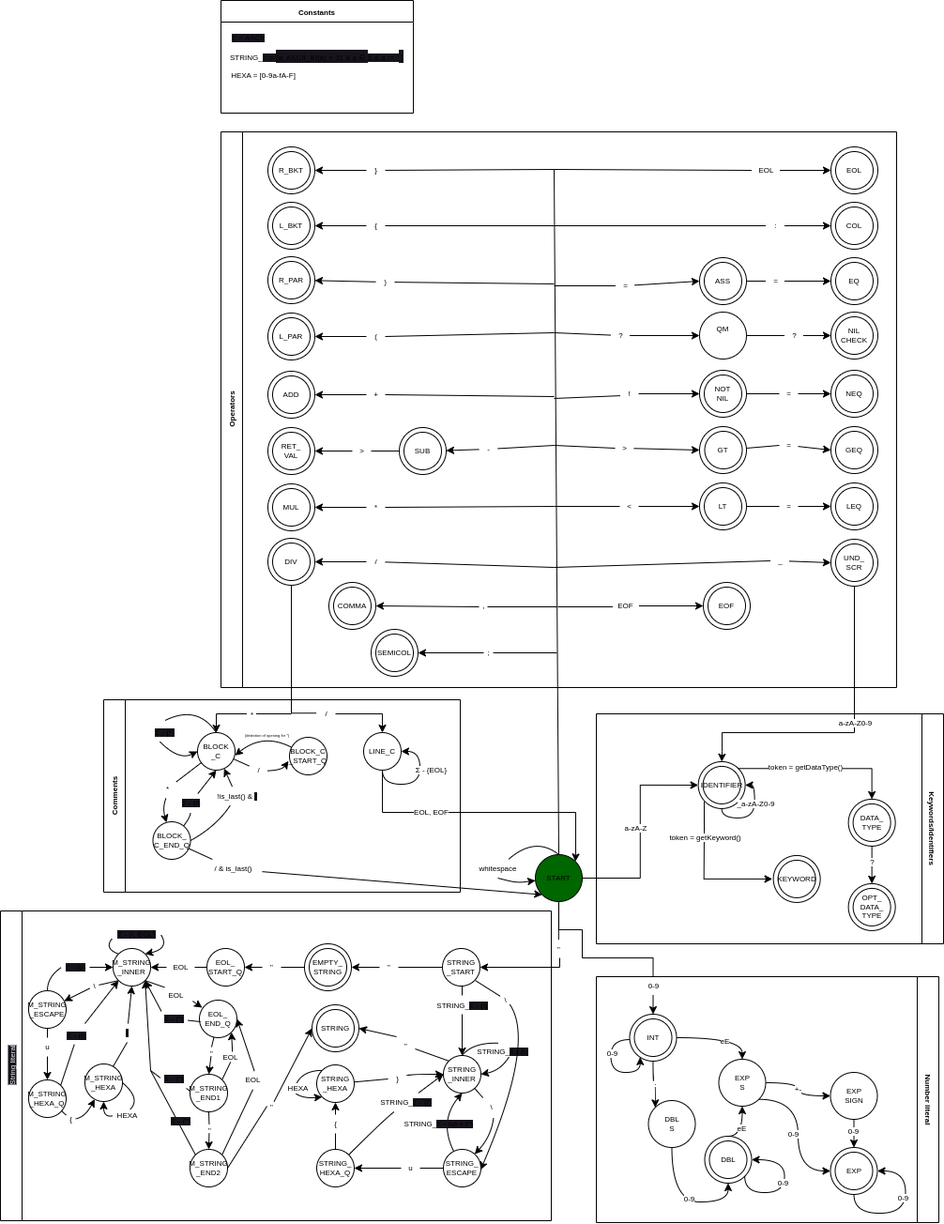
This is doc/fsm_draft.drawio.png from pomjak/IFJ23, a draw.io export, as it was before one commit. Source tidied: cells renumbered, new cells last; positions are measured from the earlier drawing's top-left corner, leaving out a move shared by most shapes.
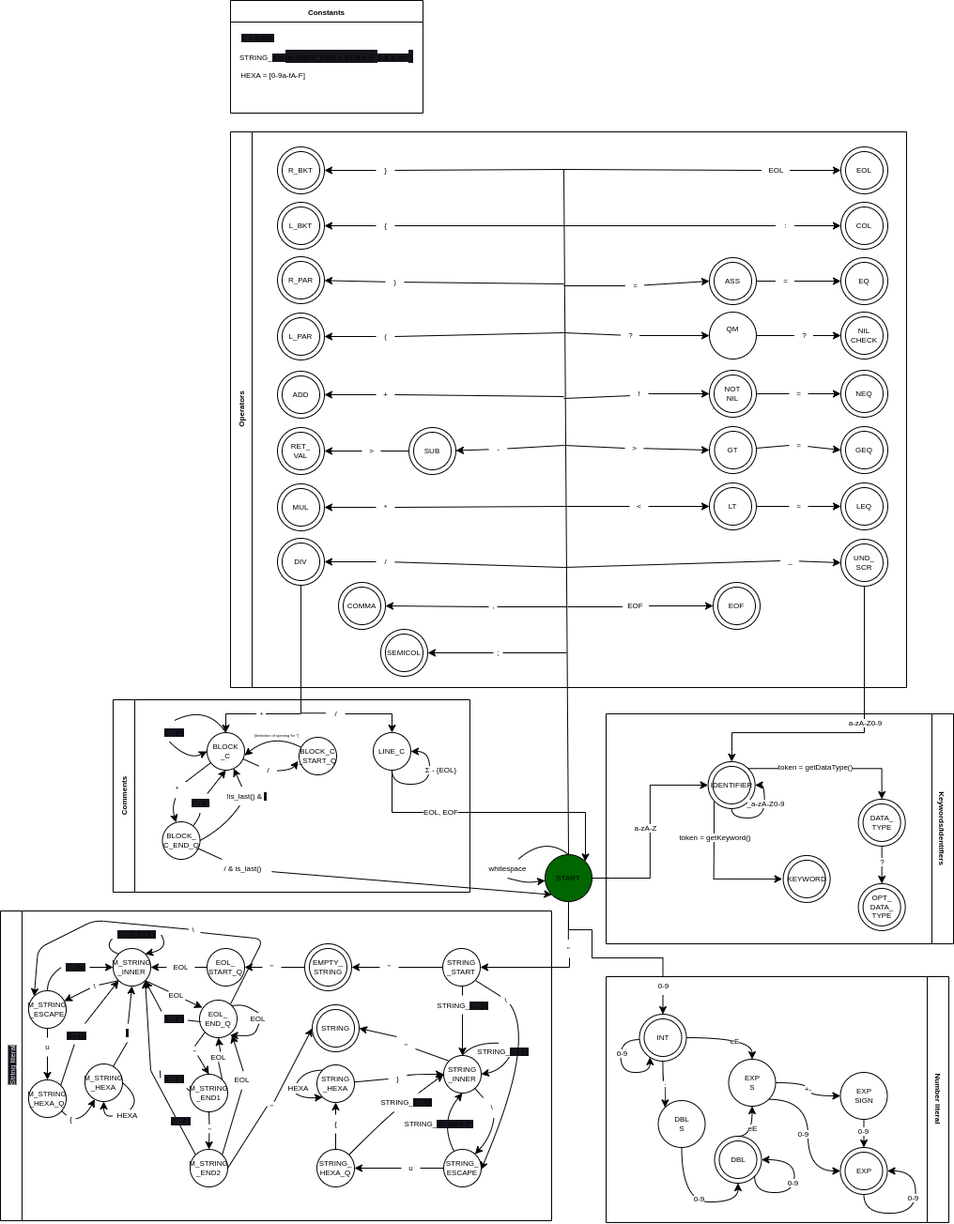
Later version of the same file.

Commit message:
update eol_end_q state

What changed in the source:
```diff
@@ -784,7 +784,7 @@
       <mxGeometry x="152.5" y="5" width="10" height="20" as="geometry" />
     </mxCell>
     <mxCell id="219" value="&lt;span style=&quot;color: rgb(240, 240, 240); font-family: Helvetica; font-size: 8px; font-style: normal; font-variant-ligatures: normal; font-variant-caps: normal; font-weight: 400; letter-spacing: normal; orphans: 2; text-align: left; text-indent: 0px; text-transform: none; widows: 2; word-spacing: 0px; -webkit-text-stroke-width: 0px; background-color: rgb(24, 20, 29); text-decoration-thickness: initial; text-decoration-style: initial; text-decoration-color: initial; float: none; display: inline !important;&quot;&gt;String literal&lt;/span&gt;" style="swimlane;horizontal=0;whiteSpace=wrap;html=1;" parent="1" vertex="1">
-      <mxGeometry y="970" width="587" height="330" as="geometry" />
+      <mxGeometry x="-10" y="970" width="587" height="330" as="geometry" />
     </mxCell>
     <mxCell id="220" style="group;fontSize=8;spacing=-1;" parent="219" vertex="1">
       <mxGeometry x="466" y="35" width="50" height="50" as="geometry" />
@@ -1026,11 +1026,11 @@
     <mxCell id="286" value="&lt;div style=&quot;text-align: left;&quot;&gt;&lt;span style=&quot;background-color: rgb(24, 20, 29);&quot;&gt;}&lt;/span&gt;&lt;/div&gt;" style="text;html=1;align=center;verticalAlign=middle;points=[];strokeColor=none;fillColor=none;fontSize=8;spacing=0;" parent="219" vertex="1">
       <mxGeometry x="125" y="120" width="20" height="20" as="geometry" />
     </mxCell>
-    <mxCell id="287" style="endArrow=classic;html=1;fontSize=8;curved=1;exitX=1.098;exitY=0.807;exitDx=0;exitDy=0;entryX=0.074;entryY=0.201;entryDx=0;entryDy=0;entryPerimeter=0;startArrow=none;exitPerimeter=0;" parent="219" edge="1" source="288" target="275">
+    <mxCell id="287" style="endArrow=classic;html=1;fontSize=8;curved=1;entryX=0.074;entryY=0.201;entryDx=0;entryDy=0;entryPerimeter=0;startArrow=none;" parent="219" edge="1" source="288" target="275">
       <mxGeometry relative="1" as="geometry" />
     </mxCell>
-    <mxCell id="288" value="EOL" style="text;html=1;align=center;verticalAlign=middle;points=[];strokeColor=none;fillColor=none;fontSize=8;spacing=0;spacingTop=0;spacingLeft=-3;spacingRight=-3;" parent="219" vertex="1">
-      <mxGeometry x="172" y="80" width="30" height="20" as="geometry" />
+    <mxCell id="288" value="EOL" style="text;html=1;align=center;verticalAlign=middle;points=[];strokeColor=none;fillColor=none;fontSize=8;spacing=0;spacingTop=-2;spacingLeft=-4;spacingRight=-4;spacingBottom=-2;" parent="219" vertex="1">
+      <mxGeometry x="177" y="85" width="20" height="10" as="geometry" />
     </mxCell>
     <mxCell id="289" style="endArrow=none;html=1;fontSize=8;curved=1;exitX=1;exitY=1;exitDx=0;exitDy=0;entryX=0.095;entryY=0.069;entryDx=0;entryDy=0;entryPerimeter=0;" parent="219" edge="1" source="261" target="288">
       <mxGeometry relative="1" as="geometry" />
@@ -1038,7 +1038,7 @@
     <mxCell id="290" style="edgeStyle=none;curved=1;html=1;fontSize=8;startArrow=none;" parent="219" edge="1" source="301" target="295">
       <mxGeometry relative="1" as="geometry" />
     </mxCell>
-    <mxCell id="291" style="edgeStyle=none;html=1;exitX=0.573;exitY=0;exitDx=0;exitDy=0;entryX=1;entryY=1;entryDx=0;entryDy=0;startArrow=none;exitPerimeter=0;" parent="219" edge="1" source="328" target="275">
+    <mxCell id="291" style="edgeStyle=none;html=1;exitX=0.573;exitY=0;exitDx=0;exitDy=0;entryX=0.5;entryY=1;entryDx=0;entryDy=0;startArrow=none;exitPerimeter=0;" parent="219" edge="1" source="328" target="275">
       <mxGeometry relative="1" as="geometry" />
     </mxCell>
     <mxCell id="292" value="M_STRING&lt;br&gt;_END1" style="ellipse;whiteSpace=wrap;html=1;fontSize=8;spacing=-1;" parent="219" vertex="1">
@@ -1047,7 +1047,7 @@
     <mxCell id="293" style="edgeStyle=none;rounded=0;html=1;fontSize=8;entryX=0;entryY=0.5;entryDx=0;entryDy=0;startArrow=none;" parent="219" edge="1" source="304" target="298">
       <mxGeometry relative="1" as="geometry" />
     </mxCell>
-    <mxCell id="294" style="edgeStyle=none;html=1;exitX=0.553;exitY=0.08;exitDx=0;exitDy=0;entryX=1;entryY=0.5;entryDx=0;entryDy=0;startArrow=none;exitPerimeter=0;" parent="219" edge="1" source="327" target="275">
+    <mxCell id="294" style="edgeStyle=none;html=1;exitX=0.553;exitY=0.08;exitDx=0;exitDy=0;startArrow=none;exitPerimeter=0;entryX=0.865;entryY=0.93;entryDx=0;entryDy=0;entryPerimeter=0;" parent="219" edge="1" source="327" target="275">
       <mxGeometry relative="1" as="geometry" />
     </mxCell>
     <mxCell id="295" value="M_STRING&lt;br&gt;_END2" style="ellipse;whiteSpace=wrap;html=1;fontSize=8;spacing=-1;" parent="219" vertex="1">
@@ -1063,9 +1063,9 @@
       <mxGeometry width="50" height="50" as="geometry" />
     </mxCell>
     <mxCell id="299" value="&quot;" style="text;html=1;align=center;verticalAlign=middle;points=[];strokeColor=none;fillColor=none;fontSize=8;spacing=0;spacingRight=-3;spacingLeft=-3;spacingBottom=-3;spacingTop=0;" parent="219" vertex="1">
-      <mxGeometry x="220" y="145" width="10" height="10" as="geometry" />
+      <mxGeometry x="202" y="144" width="10" height="10" as="geometry" />
     </mxCell>
-    <mxCell id="300" style="edgeStyle=none;curved=1;html=1;fontSize=8;entryX=0.5;entryY=0;entryDx=0;entryDy=0;endArrow=none;" parent="219" edge="1" source="275" target="299">
+    <mxCell id="300" style="edgeStyle=none;curved=1;html=1;fontSize=8;entryX=0.5;entryY=0;entryDx=0;entryDy=0;endArrow=none;exitX=0;exitY=1;exitDx=0;exitDy=0;" parent="219" edge="1" source="275" target="299">
       <mxGeometry relative="1" as="geometry" />
     </mxCell>
     <mxCell id="301" value="&quot;" style="text;html=1;align=center;verticalAlign=middle;points=[];strokeColor=none;fillColor=none;fontSize=8;spacing=0;spacingRight=-3;spacingLeft=-3;spacingBottom=-3;spacingTop=0;" parent="219" vertex="1">
@@ -1183,14 +1183,49 @@
       <mxGeometry relative="1" as="geometry" />
     </mxCell>
     <mxCell id="327" value="&lt;font style=&quot;font-size: 8px;&quot;&gt;EOL&lt;/font&gt;" style="text;html=1;align=center;verticalAlign=middle;points=[];strokeColor=none;fillColor=none;spacing=0;spacingLeft=-2;spacingRight=-2;spacingTop=-2;spacingBottom=-2;" parent="219" vertex="1">
-      <mxGeometry x="254" y="169" width="30" height="20" as="geometry" />
+      <mxGeometry x="242" y="169" width="30" height="20" as="geometry" />
     </mxCell>
     <mxCell id="328" value="&lt;font style=&quot;font-size: 8px;&quot;&gt;EOL&lt;/font&gt;" style="text;html=1;align=center;verticalAlign=middle;points=[];strokeColor=none;fillColor=none;spacing=0;spacingLeft=-2;spacingRight=-2;spacingTop=-4;spacingBottom=-4;" parent="219" vertex="1">
-      <mxGeometry x="230" y="150" width="30" height="10" as="geometry" />
+      <mxGeometry x="217" y="150" width="30" height="10" as="geometry" />
     </mxCell>
     <mxCell id="329" style="edgeStyle=none;html=1;exitX=1;exitY=0;exitDx=0;exitDy=0;endArrow=none;entryX=0.507;entryY=1.1;entryDx=0;entryDy=0;entryPerimeter=0;" parent="219" edge="1" source="292" target="328">
       <mxGeometry relative="1" as="geometry" />
     </mxCell>
+    <mxCell id="367" style="endArrow=classic;html=1;entryX=0.815;entryY=0.94;entryDx=0;entryDy=0;entryPerimeter=0;startArrow=none;exitX=0.567;exitY=1.033;exitDx=0;exitDy=0;exitPerimeter=0;" parent="219" edge="1" source="369" target="275">
+      <mxGeometry relative="1" as="geometry">
+        <Array as="points">
+          <mxPoint x="270" y="133" />
+        </Array>
+      </mxGeometry>
+    </mxCell>
+    <mxCell id="368" style="endArrow=none;html=1;exitX=1;exitY=0;exitDx=0;exitDy=0;entryX=0.517;entryY=-0.167;entryDx=0;entryDy=0;entryPerimeter=0;" parent="219" edge="1" source="275" target="369">
+      <mxGeometry relative="1" as="geometry">
+        <Array as="points">
+          <mxPoint x="260" y="100" />
+        </Array>
+      </mxGeometry>
+    </mxCell>
+    <mxCell id="369" value="EOL" style="text;html=1;align=center;verticalAlign=middle;points=[];strokeColor=none;fillColor=none;spacing=0;spacingRight=-4;spacingLeft=-4;fontSize=8;spacingBottom=-2;spacingTop=-2;" parent="219" vertex="1">
+      <mxGeometry x="264" y="110" width="20" height="10" as="geometry" />
+    </mxCell>
+    <mxCell id="370" style="endArrow=classic;html=1;fontSize=8;entryX=0;entryY=0;entryDx=0;entryDy=0;startArrow=none;" parent="219" edge="1" source="371" target="266">
+      <mxGeometry relative="1" as="geometry">
+        <Array as="points">
+          <mxPoint x="100" y="10" />
+          <mxPoint x="40" y="40" />
+        </Array>
+      </mxGeometry>
+    </mxCell>
+    <mxCell id="371" value="\" style="text;html=1;align=center;verticalAlign=middle;points=[];strokeColor=none;fillColor=none;fontSize=8;spacing=0;spacingLeft=-2;spacingRight=-2;" parent="219" vertex="1">
+      <mxGeometry x="200" y="10" width="10" height="20" as="geometry" />
+    </mxCell>
+    <mxCell id="372" style="endArrow=none;html=1;fontSize=8;exitX=0.828;exitY=0.101;exitDx=0;exitDy=0;exitPerimeter=0;entryX=1.3;entryY=0.65;entryDx=0;entryDy=0;entryPerimeter=0;" parent="219" edge="1" source="275" target="371">
+      <mxGeometry relative="1" as="geometry">
+        <Array as="points">
+          <mxPoint x="280" y="30" />
+        </Array>
+      </mxGeometry>
+    </mxCell>
     <mxCell id="330" style="endArrow=classic;html=1;rounded=0;exitX=0.5;exitY=1;exitDx=0;exitDy=0;startArrow=none;entryX=1;entryY=0.5;entryDx=0;entryDy=0;" parent="1" edge="1" target="221">
       <mxGeometry relative="1" as="geometry">
         <mxPoint x="596" y="1020" as="sourcePoint" />
```
